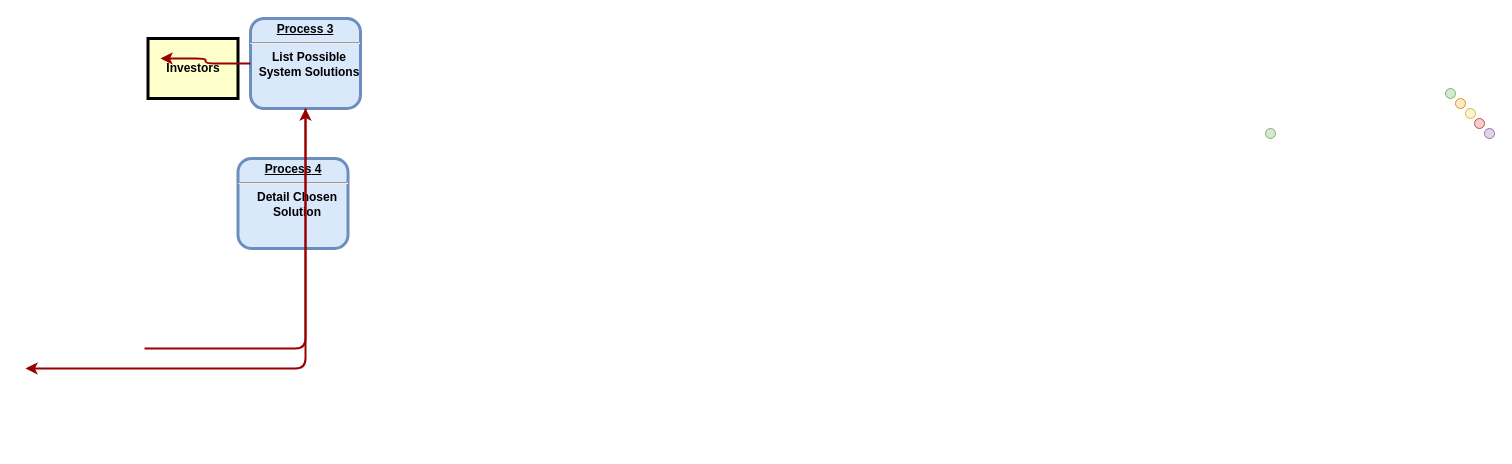
Above: 未命名绘图.drawio in 2023-Online-Hospital-Workshop/Online-Hospital-Workshop-Backend (draw.io), before the change. Source tidied: cells renumbered, new cells numbered last; positions are measured from the earlier drawing's top-left corner, leaving out a move shared by most shapes. Both pictures are drawn from the tidied source at 100%, with x=0, y=0 at pixel (25, 18). Pictures stored in the file or linked from it are replaced by grey dashed boxes.
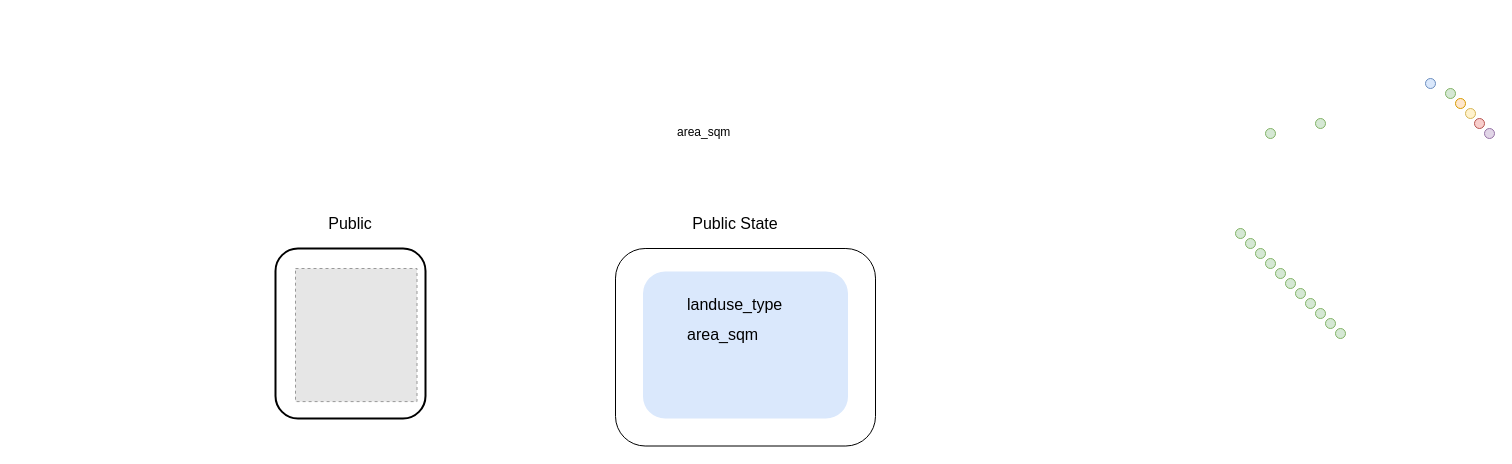
After the change.

Diff of the diagram source:
```diff
@@
-    <mxCell id="2" value="Investors" style="whiteSpace=wrap;align=center;verticalAlign=middle;fontStyle=1;strokeWidth=3;fillColor=#FFFFCC;" parent="1" vertex="1">
-      <mxGeometry x="122.5" y="20" width="90" height="60" as="geometry" />
-    </mxCell>
-    <mxCell id="3" value="&lt;p style=&quot;margin: 0px; margin-top: 4px; text-align: center; text-decoration: underline;&quot;&gt;&lt;strong&gt;&lt;strong&gt;Process&lt;/strong&gt; 3&lt;br /&gt;&lt;/strong&gt;&lt;/p&gt;&lt;hr /&gt;&lt;p style=&quot;margin: 0px; margin-left: 8px;&quot;&gt;List Possible&lt;/p&gt;&lt;p style=&quot;margin: 0px; margin-left: 8px;&quot;&gt;System Solutions&lt;/p&gt;" style="verticalAlign=middle;align=center;overflow=fill;fontSize=12;fontFamily=Helvetica;html=1;rounded=1;fontStyle=1;strokeWidth=3;fillColor=#dae8fc;strokeColor=#6c8ebf;" parent="1" vertex="1">
-      <mxGeometry x="225" width="110" height="90" as="geometry" />
-    </mxCell>
-    <mxCell id="4" value="&lt;p style=&quot;margin: 0px; margin-top: 4px; text-align: center; text-decoration: underline;&quot;&gt;&lt;strong&gt;&lt;strong&gt;Process&lt;/strong&gt; 4&lt;br /&gt;&lt;/strong&gt;&lt;/p&gt;&lt;hr /&gt;&lt;p style=&quot;margin: 0px; margin-left: 8px;&quot;&gt;Detail Chosen&lt;/p&gt;&lt;p style=&quot;margin: 0px; margin-left: 8px;&quot;&gt;Solution&lt;/p&gt;" style="verticalAlign=middle;align=center;overflow=fill;fontSize=12;fontFamily=Helvetica;html=1;rounded=1;fontStyle=1;strokeWidth=3;fillColor=#dae8fc;strokeColor=#6c8ebf;" parent="1" vertex="1">
-      <mxGeometry x="212.5" y="140" width="110" height="90" as="geometry" />
-    </mxCell>
-    <mxCell id="5" style="edgeStyle=elbowEdgeStyle;elbow=horizontal;strokeColor=#990000;strokeWidth=2;" parent="1" edge="1" source="3">
-      <mxGeometry relative="1" as="geometry">
-        <mxPoint x="135" y="40" as="targetPoint" />
-      </mxGeometry>
-    </mxCell>
-    <mxCell id="6" style="edgeStyle=elbowEdgeStyle;elbow=vertical;strokeColor=#990000;strokeWidth=2;" parent="1" edge="1" target="3">
-      <mxGeometry relative="1" as="geometry">
-        <mxPoint x="119" y="330" as="sourcePoint" />
-        <Array as="points">
-          <mxPoint x="49" y="330" />
-        </Array>
-      </mxGeometry>
-    </mxCell>
-    <mxCell id="7" style="edgeStyle=elbowEdgeStyle;elbow=vertical;strokeColor=#990000;strokeWidth=2;" parent="1" edge="1" source="3">
-      <mxGeometry relative="1" as="geometry">
-        <mxPoint y="350" as="targetPoint" />
-        <Array as="points">
-          <mxPoint x="49" y="350" />
-        </Array>
-      </mxGeometry>
-    </mxCell>
@@
+    <mxCell id="15" style="ellipse;whiteSpace=wrap;html=1;fillColor=#dae8fc;strokeColor=#6c8ebf;" parent="1" vertex="1">
+      <mxGeometry x="1400" y="60" width="10" height="10" as="geometry" />
+    </mxCell>
+    <mxCell id="16" style="ellipse;whiteSpace=wrap;html=1;fillColor=#d5e8d4;strokeColor=#82b366;" parent="1" vertex="1">
+      <mxGeometry x="1290" y="100" width="10" height="10" as="geometry" />
+    </mxCell>
+    <mxCell id="17" style="ellipse;whiteSpace=wrap;html=1;fillColor=#d5e8d4;strokeColor=#82b366;" parent="1" vertex="1">
+      <mxGeometry x="1210" y="210" width="10" height="10" as="geometry" />
+    </mxCell>
+    <mxCell id="18" style="ellipse;whiteSpace=wrap;html=1;fillColor=#d5e8d4;strokeColor=#82b366;" parent="1" vertex="1">
+      <mxGeometry x="1220" y="220" width="10" height="10" as="geometry" />
+    </mxCell>
+    <mxCell id="19" style="ellipse;whiteSpace=wrap;html=1;fillColor=#d5e8d4;strokeColor=#82b366;" parent="1" vertex="1">
+      <mxGeometry x="1230" y="230" width="10" height="10" as="geometry" />
+    </mxCell>
+    <mxCell id="20" style="ellipse;whiteSpace=wrap;html=1;fillColor=#d5e8d4;strokeColor=#82b366;" parent="1" vertex="1">
+      <mxGeometry x="1240" y="240" width="10" height="10" as="geometry" />
+    </mxCell>
+    <mxCell id="21" style="ellipse;whiteSpace=wrap;html=1;fillColor=#d5e8d4;strokeColor=#82b366;" parent="1" vertex="1">
+      <mxGeometry x="1250" y="250" width="10" height="10" as="geometry" />
+    </mxCell>
+    <mxCell id="22" style="ellipse;whiteSpace=wrap;html=1;fillColor=#d5e8d4;strokeColor=#82b366;" parent="1" vertex="1">
+      <mxGeometry x="1260" y="260" width="10" height="10" as="geometry" />
+    </mxCell>
+    <mxCell id="23" style="ellipse;whiteSpace=wrap;html=1;fillColor=#d5e8d4;strokeColor=#82b366;" parent="1" vertex="1">
+      <mxGeometry x="1270" y="270" width="10" height="10" as="geometry" />
+    </mxCell>
+    <mxCell id="24" style="ellipse;whiteSpace=wrap;html=1;fillColor=#d5e8d4;strokeColor=#82b366;" parent="1" vertex="1">
+      <mxGeometry x="1280" y="280" width="10" height="10" as="geometry" />
+    </mxCell>
+    <mxCell id="25" style="ellipse;whiteSpace=wrap;html=1;fillColor=#d5e8d4;strokeColor=#82b366;" parent="1" vertex="1">
+      <mxGeometry x="1290" y="290" width="10" height="10" as="geometry" />
+    </mxCell>
+    <mxCell id="26" style="ellipse;whiteSpace=wrap;html=1;fillColor=#d5e8d4;strokeColor=#82b366;" parent="1" vertex="1">
+      <mxGeometry x="1300" y="300" width="10" height="10" as="geometry" />
+    </mxCell>
+    <mxCell id="27" style="ellipse;whiteSpace=wrap;html=1;fillColor=#d5e8d4;strokeColor=#82b366;" parent="1" vertex="1">
+      <mxGeometry x="1310" y="310" width="10" height="10" as="geometry" />
+    </mxCell>
+    <mxCell id="28" style="rounded=1;whiteSpace=wrap;html=1;strokeWidth=2;" parent="1" vertex="1">
+      <mxGeometry x="250" y="230" width="150" height="170" as="geometry" />
+    </mxCell>
+    <mxCell id="29" style="fillColor=#E6E6E6;strokeColor=#999999;dashed=1;verticalLabelPosition=bottom;labelBackgroundColor=default;verticalAlign=top;" parent="1" vertex="1">
+      <mxGeometry x="270" y="250" width="121.5" height="133.1" as="geometry" />
+    </mxCell>
+    <mxCell id="30" style="rounded=1;whiteSpace=wrap;html=1;" parent="1" vertex="1">
+      <mxGeometry x="590" y="230" width="260" height="197.5" as="geometry" />
+    </mxCell>
+    <mxCell id="31" value="&lt;font style=&quot;font-size: 16px;&quot;&gt;Public&lt;/font&gt;" style="text;html=1;strokeColor=none;fillColor=none;align=center;verticalAlign=middle;whiteSpace=wrap;rounded=0;" parent="1" vertex="1">
+      <mxGeometry x="295" y="190" width="60" height="30" as="geometry" />
+    </mxCell>
+    <mxCell id="32" value="&lt;font style=&quot;font-size: 16px;&quot;&gt;Public State&lt;/font&gt;" style="text;html=1;strokeColor=none;fillColor=none;align=center;verticalAlign=middle;whiteSpace=wrap;rounded=0;" parent="1" vertex="1">
+      <mxGeometry x="660" y="190" width="100" height="30" as="geometry" />
+    </mxCell>
+    <mxCell id="33" style="rounded=1;whiteSpace=wrap;html=1;fillColor=#dae8fc;strokeColor=none;" parent="1" vertex="1">
+      <mxGeometry x="617.5" y="253.1" width="205" height="146.9" as="geometry" />
+    </mxCell>
+    <mxCell id="34" value="landuse_type&#10;&#10;" style="text;whiteSpace=wrap;fontSize=16;" parent="1" vertex="1">
+      <mxGeometry x="660" y="270" width="100" height="40" as="geometry" />
+    </mxCell>
+    <mxCell id="35" value="area_sqm" style="text;whiteSpace=wrap;" parent="1" vertex="1">
+      <mxGeometry x="650" y="100" width="90" height="40" as="geometry" />
+    </mxCell>
+    <mxCell id="36" value="&lt;span style=&quot;color: rgb(0, 0, 0); font-family: Helvetica; font-size: 16px; font-style: normal; font-variant-ligatures: normal; font-variant-caps: normal; font-weight: 400; letter-spacing: normal; orphans: 2; text-align: left; text-indent: 0px; text-transform: none; widows: 2; word-spacing: 0px; -webkit-text-stroke-width: 0px; text-decoration-thickness: initial; text-decoration-style: initial; text-decoration-color: initial; float: none; display: inline !important;&quot;&gt;area_sqm&lt;/span&gt;" style="text;whiteSpace=wrap;html=1;" parent="1" vertex="1">
+      <mxGeometry x="660" y="300" width="100" height="40" as="geometry" />
+    </mxCell>
```
